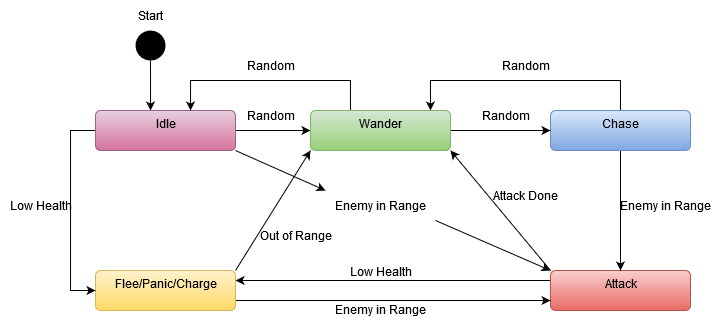
Above: Finite State Machine Diagram.drawio.png in Tom-J991/AIE-AI-Projects (draw.io), before the change. Source tidied: cells renumbered, new cells last; positions are measured from the earlier drawing's top-left corner, leaving out a move shared by most shapes.
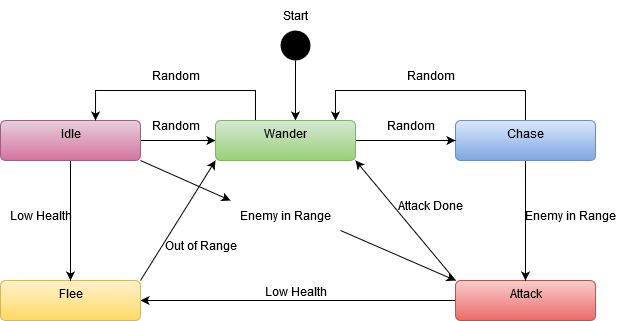
After the change.

Commit message:
Fixed some bugs, flee now works properly.

Change to the diagram source:
```diff
@@ -3,24 +3,24 @@
     <mxCell id="0" />
     <mxCell id="1" parent="0" />
     <mxCell id="2" value="Start" style="text;html=1;align=center;verticalAlign=middle;strokeColor=none;fillColor=none;" parent="1" vertex="1">
-      <mxGeometry x="125" width="50" height="30" as="geometry" />
+      <mxGeometry x="365" y="-10" width="50" height="30" as="geometry" />
     </mxCell>
-    <mxCell id="3" style="edgeStyle=orthogonalEdgeStyle;rounded=0;jettySize=auto;html=1;" parent="1" edge="1" source="4" target="18">
-      <mxGeometry relative="1" as="geometry">
-        <Array as="points">
-          <mxPoint x="150" y="80" />
-          <mxPoint x="150" y="80" />
-        </Array>
-      </mxGeometry>
-    </mxCell>
+    <mxCell id="33" style="edgeStyle=orthogonalEdgeStyle;rounded=0;jettySize=auto;html=1;" parent="1" edge="1" source="4" target="27">
+      <mxGeometry relative="1" as="geometry">
+        <Array as="points">
+          <mxPoint x="390" y="80" />
+          <mxPoint x="390" y="80" />
+        </Array>
+      </mxGeometry>
+    </mxCell>
     <mxCell id="4" style="ellipse;fillColor=#000000;strokeColor=none;" parent="1" vertex="1">
-      <mxGeometry x="135" y="30" width="30" height="30" as="geometry" />
+      <mxGeometry x="375" y="20" width="30" height="30" as="geometry" />
     </mxCell>
     <mxCell id="5" style="edgeStyle=orthogonalEdgeStyle;rounded=0;jettySize=auto;html=1;" parent="1" edge="1" source="7" target="13">
       <mxGeometry relative="1" as="geometry">
         <Array as="points">
-          <mxPoint x="360" y="280" />
-          <mxPoint x="360" y="280" />
+          <mxPoint x="300" y="290" />
+          <mxPoint x="300" y="290" />
         </Array>
       </mxGeometry>
     </mxCell>
@@ -47,34 +47,21 @@
     <mxCell id="11" style="rounded=0;jettySize=auto;html=1;exitX=1;exitY=0;exitDx=0;exitDy=0;entryX=0;entryY=1;entryDx=0;entryDy=0;" parent="1" edge="1" source="13" target="27">
       <mxGeometry relative="1" as="geometry" />
     </mxCell>
-    <mxCell id="12" style="edgeStyle=orthogonalEdgeStyle;rounded=0;jettySize=auto;html=1;" parent="1" edge="1" source="13" target="7">
-      <mxGeometry relative="1" as="geometry">
-        <Array as="points">
-          <mxPoint x="390" y="300" />
-          <mxPoint x="390" y="300" />
-        </Array>
-      </mxGeometry>
-    </mxCell>
-    <mxCell id="13" value="Flee/Panic/Charge" style="html=1;align=center;verticalAlign=top;rounded=1;absoluteArcSize=1;arcSize=10;dashed=0;fillColor=#fff2cc;gradientColor=#ffd966;strokeColor=#d6b656;" parent="1" vertex="1">
+    <mxCell id="13" value="Flee" style="html=1;align=center;verticalAlign=top;rounded=1;absoluteArcSize=1;arcSize=10;dashed=0;fillColor=#fff2cc;gradientColor=#ffd966;strokeColor=#d6b656;" parent="1" vertex="1">
       <mxGeometry x="95" y="270" width="140" height="40" as="geometry" />
     </mxCell>
     <mxCell id="14" style="edgeStyle=orthogonalEdgeStyle;rounded=0;jettySize=auto;html=1;exitX=1;exitY=0.5;exitDx=0;exitDy=0;" parent="1" edge="1" source="27" target="10">
       <mxGeometry relative="1" as="geometry" />
     </mxCell>
-    <mxCell id="15" style="edgeStyle=orthogonalEdgeStyle;rounded=0;jettySize=auto;html=1;entryX=0;entryY=0.5;entryDx=0;entryDy=0;" parent="1" edge="1" source="18" target="13">
-      <mxGeometry relative="1" as="geometry">
-        <Array as="points">
-          <mxPoint x="70" y="130" />
-          <mxPoint x="70" y="290" />
-        </Array>
-      </mxGeometry>
-    </mxCell>
     <mxCell id="16" style="edgeStyle=orthogonalEdgeStyle;rounded=0;jettySize=auto;html=1;" parent="1" edge="1" source="18" target="27">
       <mxGeometry relative="1" as="geometry" />
     </mxCell>
     <mxCell id="17" style="rounded=0;jettySize=auto;html=1;exitX=1;exitY=1;exitDx=0;exitDy=0;entryX=0;entryY=0;entryDx=0;entryDy=0;" parent="1" edge="1" source="31" target="7">
       <mxGeometry relative="1" as="geometry" />
     </mxCell>
+    <mxCell id="15" style="edgeStyle=orthogonalEdgeStyle;rounded=0;jettySize=auto;html=1;" parent="1" edge="1" source="18" target="13">
+      <mxGeometry relative="1" as="geometry" />
+    </mxCell>
     <mxCell id="18" value="Idle" style="html=1;align=center;verticalAlign=top;rounded=1;absoluteArcSize=1;arcSize=10;dashed=0;fillColor=#e6d0de;strokeColor=#996185;gradientColor=#d5739d;" parent="1" vertex="1">
       <mxGeometry x="95" y="110" width="140" height="40" as="geometry" />
     </mxCell>
@@ -91,10 +78,10 @@
       <mxGeometry x="480" y="180" width="90" height="30" as="geometry" />
     </mxCell>
     <mxCell id="23" value="Low Health" style="text;html=1;align=center;verticalAlign=middle;strokeColor=none;fillColor=none;" parent="1" vertex="1">
-      <mxGeometry x="340" y="256" width="80" height="30" as="geometry" />
+      <mxGeometry x="350" y="266" width="80" height="30" as="geometry" />
     </mxCell>
     <mxCell id="24" value="Low Health" style="text;html=1;align=center;verticalAlign=middle;strokeColor=none;fillColor=none;" parent="1" vertex="1">
-      <mxGeometry y="190" width="80" height="30" as="geometry" />
+      <mxGeometry x="95" y="190" width="80" height="30" as="geometry" />
     </mxCell>
     <mxCell id="25" value="Out of Range" style="text;html=1;align=center;verticalAlign=middle;strokeColor=none;fillColor=none;" parent="1" vertex="1">
       <mxGeometry x="250" y="220" width="90" height="30" as="geometry" />
@@ -122,8 +109,5 @@
     <mxCell id="31" value="Enemy in Range" style="text;html=1;align=center;verticalAlign=middle;points=[];strokeColor=none;fillColor=none;" parent="1" vertex="1">
       <mxGeometry x="325" y="190" width="110" height="30" as="geometry" />
     </mxCell>
-    <mxCell id="32" value="Enemy in Range" style="text;html=1;align=center;verticalAlign=middle;strokeColor=none;fillColor=none;" parent="1" vertex="1">
-      <mxGeometry x="325" y="294" width="110" height="30" as="geometry" />
-    </mxCell>
   </root>
 </mxGraphModel>
```
